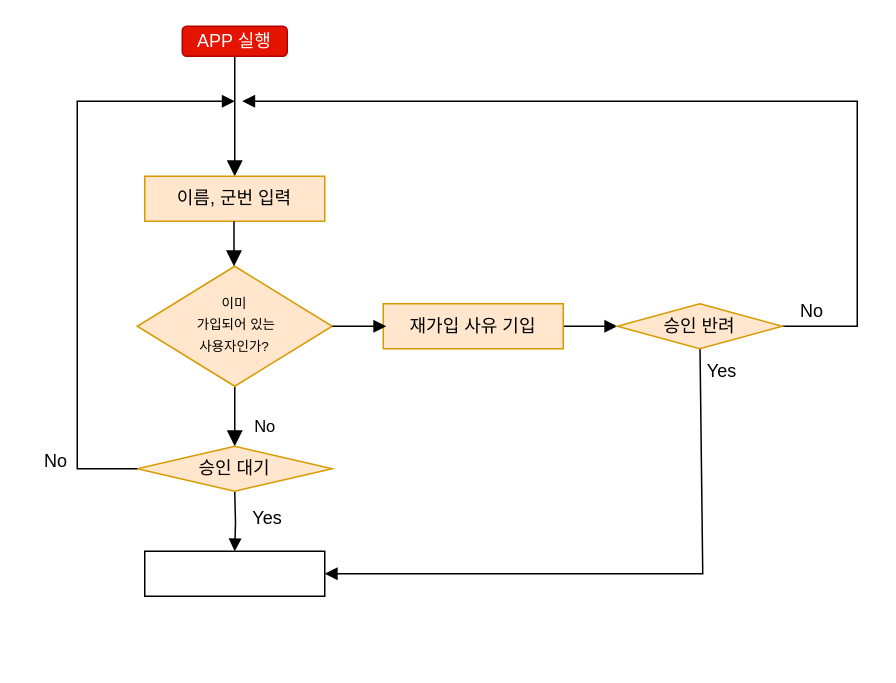
Earlier version of the draw.io diagram Untitled Diagram.drawio (kimww42/kimww42). Source tidied: cells renumbered, new cells numbered last; positions are measured from the earlier drawing's top-left corner, leaving out a move shared by most shapes. Both pictures are drawn from the tidied source at 150%, with x=0, y=0 at pixel (26, 26).
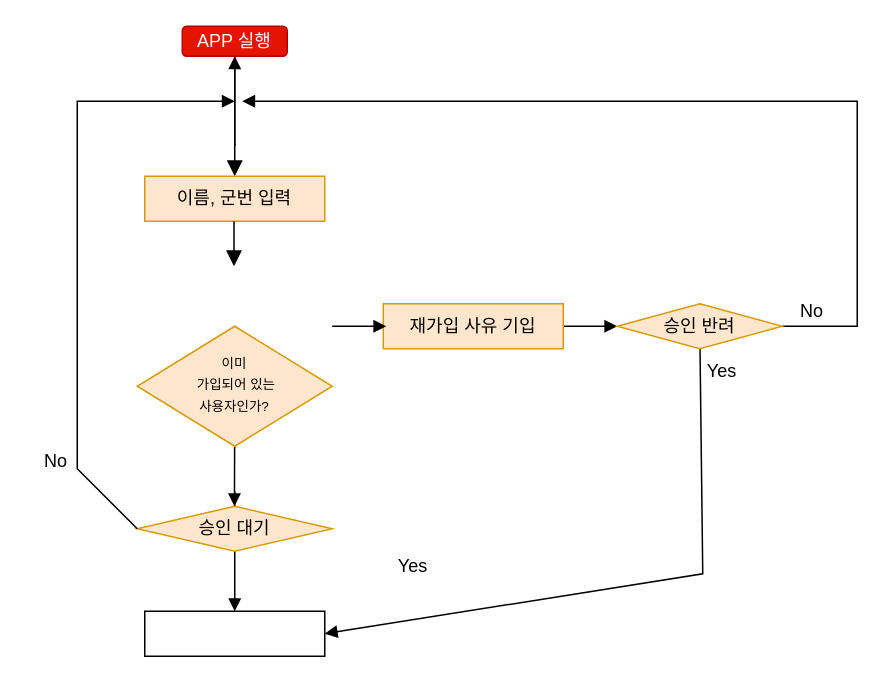
The same page after the edit.

The change refers to these unchanged cells:
```xml
<mxCell id="3" value="APP 실행" style="rounded=1;whiteSpace=wrap;html=1;fontSize=12;glass=0;strokeWidth=1;shadow=0;fillColor=#e51400;strokeColor=#B20000;fontColor=#ffffff;" parent="1" vertex="1">
  <mxGeometry x="104" width="70" height="20" as="geometry" />
</mxCell>
```

What changed in the source:
```diff
@@
-    <mxCell id="4" value="No" style="rounded=0;html=1;jettySize=auto;fontSize=11;endArrow=block;endFill=1;endSize=8;strokeWidth=1;shadow=0;labelBackgroundColor=none;" parent="1" edge="1" source="5">
-      <mxGeometry x="0.33" y="20" relative="1" as="geometry">
-        <mxPoint x="139" y="280" as="targetPoint" />
-      </mxGeometry>
-    </mxCell>
-    <mxCell id="5" value="&lt;font style=&quot;font-size: 9px&quot;&gt;이미&lt;br&gt;&amp;nbsp;가입되어 있는&lt;br&gt;사용자인가?&lt;/font&gt;" style="rhombus;whiteSpace=wrap;html=1;shadow=0;fontFamily=Helvetica;fontSize=12;align=center;strokeWidth=1;spacing=6;spacingTop=-4;fillColor=#ffe6cc;strokeColor=#d79b00;" parent="1" vertex="1">
-      <mxGeometry x="74" y="160" width="130" height="80" as="geometry" />
-    </mxCell>
+    <mxCell id="22" style="edgeStyle=none;rounded=0;jettySize=auto;html=1;endArrow=block;endFill=1;endSize=6;strokeWidth=1;" parent="1" edge="1" target="3">
+      <mxGeometry relative="1" as="geometry">
+        <mxPoint x="139" y="80" as="sourcePoint" />
+      </mxGeometry>
+    </mxCell>
@@
     <mxCell id="8" style="edgeStyle=orthogonalEdgeStyle;rounded=0;jettySize=auto;html=1;endArrow=block;endFill=1;" parent="1" edge="1" target="9">
       <mxGeometry relative="1" as="geometry">
         <mxPoint x="139" y="310" as="sourcePoint" />
+        <Array as="points">
+          <mxPoint x="139" y="320" />
+          <mxPoint x="139" y="320" />
+        </Array>
       </mxGeometry>
     </mxCell>
     <mxCell id="9" style="whiteSpace=wrap;html=1;rounded=0;" parent="1" vertex="1">
-      <mxGeometry x="79" y="350" width="120" height="30" as="geometry" />
+      <mxGeometry x="79" y="390" width="120" height="30" as="geometry" />
     </mxCell>
@@
     <mxCell id="12" value="승인 대기" style="rhombus;whiteSpace=wrap;html=1;fillColor=#ffe6cc;strokeColor=#d79b00;" parent="1" vertex="1">
-      <mxGeometry x="74" y="280" width="130" height="30" as="geometry" />
+      <mxGeometry x="74" y="320" width="130" height="30" as="geometry" />
     </mxCell>
@@
     <mxCell id="19" value="Yes" style="text;html=1;strokeColor=none;fillColor=none;align=center;verticalAlign=middle;whiteSpace=wrap;rounded=0;" parent="1" vertex="1">
-      <mxGeometry x="141" y="318" width="40" height="20" as="geometry" />
+      <mxGeometry x="238" y="350" width="40" height="20" as="geometry" />
     </mxCell>
@@
+    <mxCell id="23" style="edgeStyle=none;rounded=0;orthogonalLoop=1;jettySize=auto;html=1;exitX=0.5;exitY=0;exitDx=0;exitDy=0;endArrow=block;endFill=1;endSize=6;strokeWidth=1;" parent="1" edge="1" source="12" target="12">
+      <mxGeometry relative="1" as="geometry" />
+    </mxCell>
+    <mxCell id="24" style="edgeStyle=orthogonalEdgeStyle;rounded=0;orthogonalLoop=1;jettySize=auto;html=1;endArrow=block;endFill=1;" parent="1" edge="1">
+      <mxGeometry relative="1" as="geometry">
+        <mxPoint x="139" y="270" as="sourcePoint" />
+        <mxPoint x="138.8" y="320" as="targetPoint" />
+        <Array as="points">
+          <mxPoint x="138.8" y="250" />
+          <mxPoint x="138.8" y="250" />
+        </Array>
+      </mxGeometry>
+    </mxCell>
+    <mxCell id="5" value="&lt;font style=&quot;font-size: 9px&quot;&gt;이미&lt;br&gt;&amp;nbsp;가입되어 있는&lt;br&gt;사용자인가?&lt;/font&gt;" style="rhombus;whiteSpace=wrap;html=1;shadow=0;fontFamily=Helvetica;fontSize=12;align=center;strokeWidth=1;spacing=6;spacingTop=-4;fillColor=#ffe6cc;strokeColor=#d79b00;" parent="1" vertex="1">
+      <mxGeometry x="74" y="200" width="130" height="80" as="geometry" />
+    </mxCell>
```
